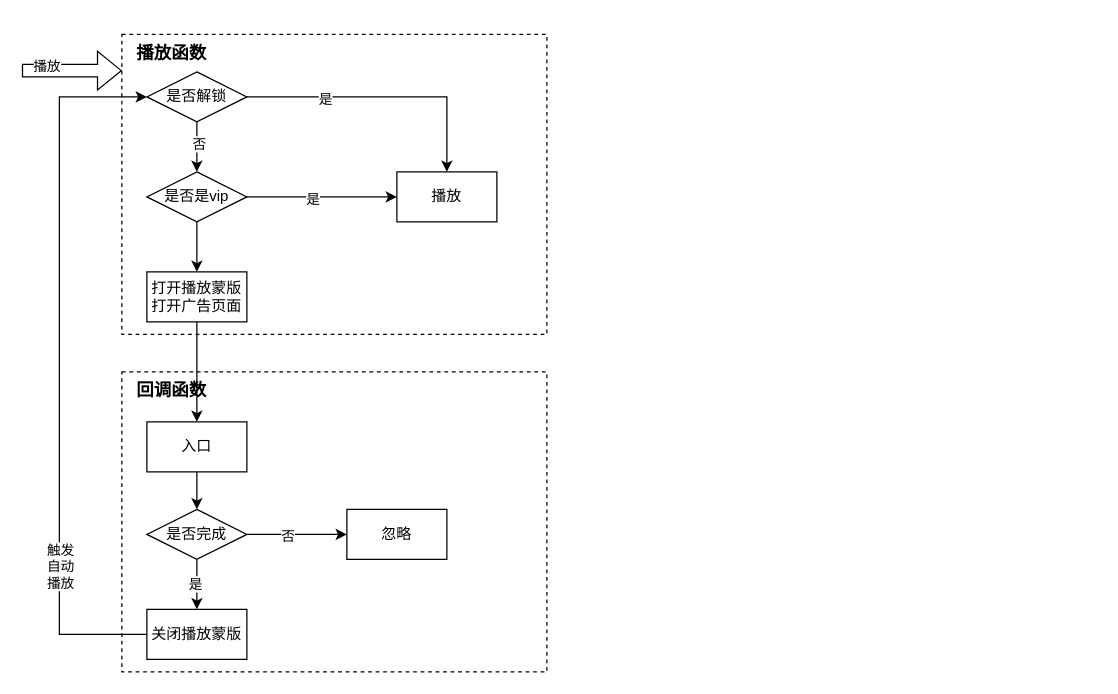
Before: design/视频播放流程.drawio in ruiku-tech/game-box, a draw.io diagram. Source tidied: cells renumbered, new cells numbered last; positions are measured from the earlier drawing's top-left corner, leaving out a move shared by most shapes. Both pictures are drawn from the tidied source at 125%, with x=0, y=0 at pixel (21, 34).
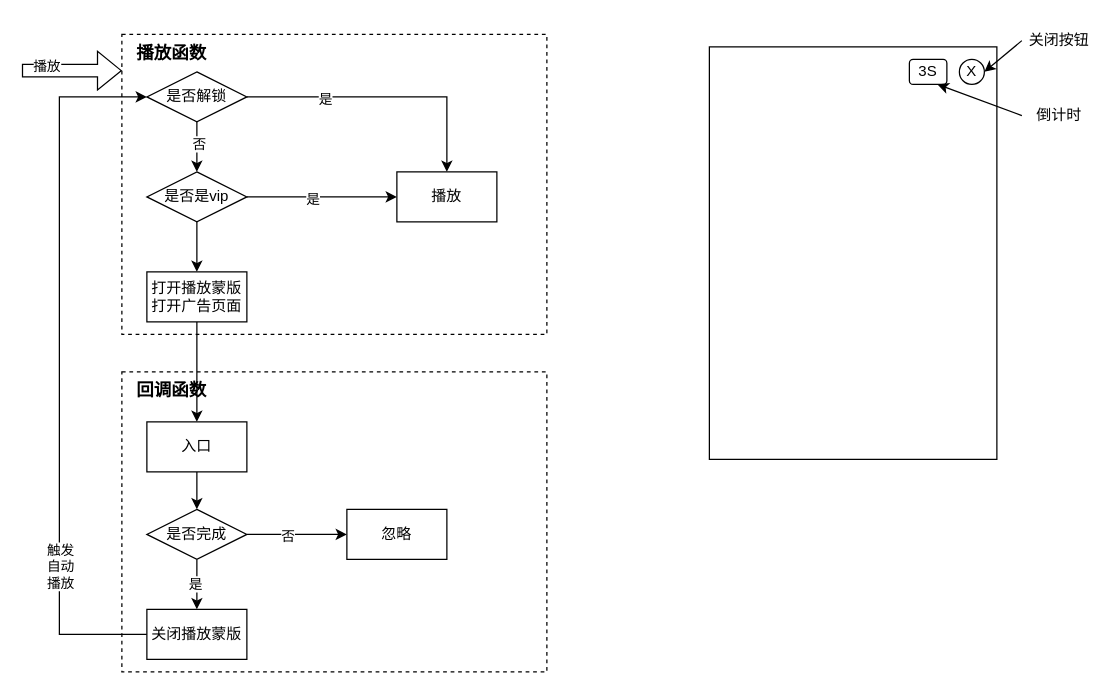
The same page after the edit.

Commit message (it also covers changes not shown here):
更新视频播放流程.drawio

The edit, as a diff of the source:
```diff
@@
+    <mxCell id="31" style="rounded=0;whiteSpace=wrap;html=1;" parent="1" vertex="1">
+      <mxGeometry x="550" y="10" width="230" height="330" as="geometry" />
+    </mxCell>
+    <mxCell id="32" value="X" style="ellipse;whiteSpace=wrap;html=1;" parent="1" vertex="1">
+      <mxGeometry x="750" y="20" width="20" height="20" as="geometry" />
+    </mxCell>
+    <mxCell id="33" value="3S" style="rounded=1;whiteSpace=wrap;html=1;" parent="1" vertex="1">
+      <mxGeometry x="710" y="20" width="30" height="20" as="geometry" />
+    </mxCell>
+    <mxCell id="34" style="rounded=0;jettySize=auto;html=1;exitX=0;exitY=0.5;exitDx=0;exitDy=0;entryX=1;entryY=0.5;entryDx=0;entryDy=0;" parent="1" edge="1" source="35" target="32">
+      <mxGeometry relative="1" as="geometry" />
+    </mxCell>
+    <mxCell id="35" value="关闭按钮" style="text;html=1;align=center;verticalAlign=middle;whiteSpace=wrap;rounded=0;" parent="1" vertex="1">
+      <mxGeometry x="800" y="-10" width="60" height="30" as="geometry" />
+    </mxCell>
+    <mxCell id="36" style="rounded=0;jettySize=auto;html=1;exitX=0;exitY=0.5;exitDx=0;exitDy=0;entryX=0.75;entryY=1;entryDx=0;entryDy=0;" parent="1" edge="1" source="37" target="33">
+      <mxGeometry relative="1" as="geometry" />
+    </mxCell>
+    <mxCell id="37" value="倒计时" style="text;html=1;align=center;verticalAlign=middle;whiteSpace=wrap;rounded=0;" parent="1" vertex="1">
+      <mxGeometry x="800" y="50" width="60" height="30" as="geometry" />
+    </mxCell>
```
